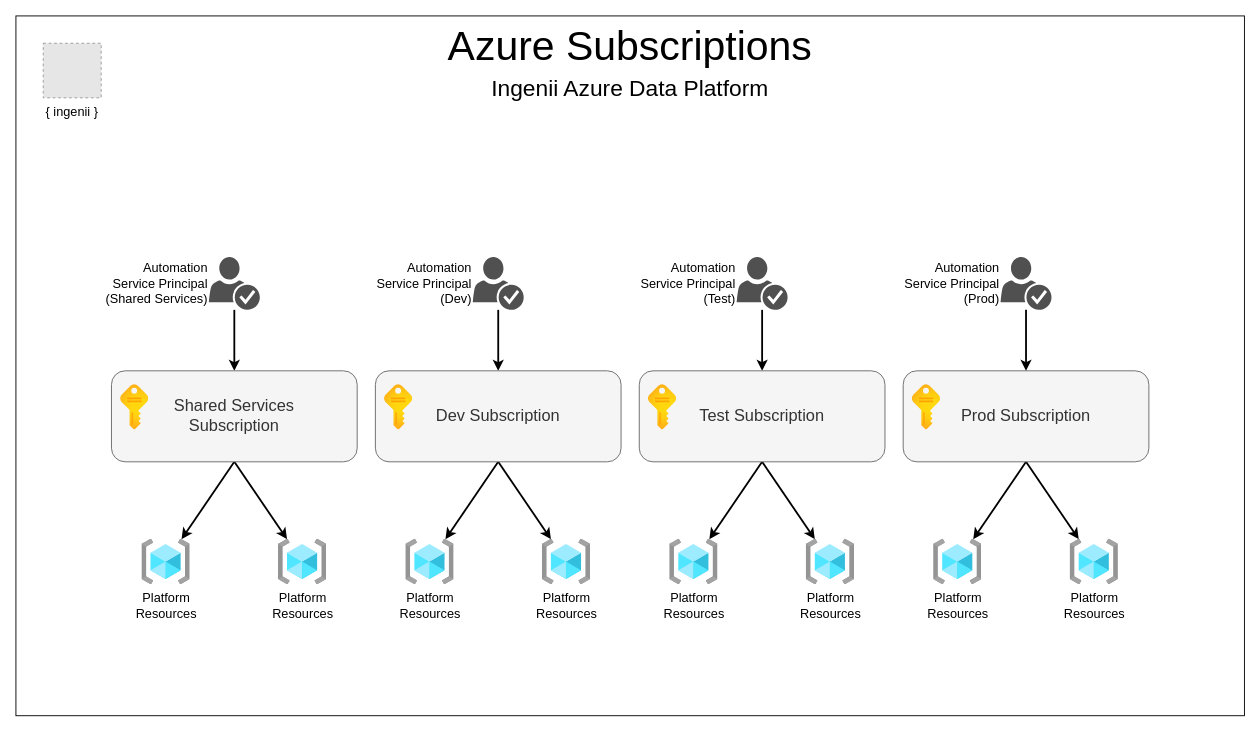
Before: docs/assets/adp-design-subscriptions.drawio in rising-star92/python-azure-data-paltform, a draw.io diagram. Source tidied: cells renumbered, new cells numbered last; positions are measured from the earlier drawing's top-left corner, leaving out a move shared by most shapes. Both pictures are drawn from the tidied source at 91%, with x=0, y=0 at pixel (15, 15). Pictures stored in the file or linked from it are replaced by grey dashed boxes.
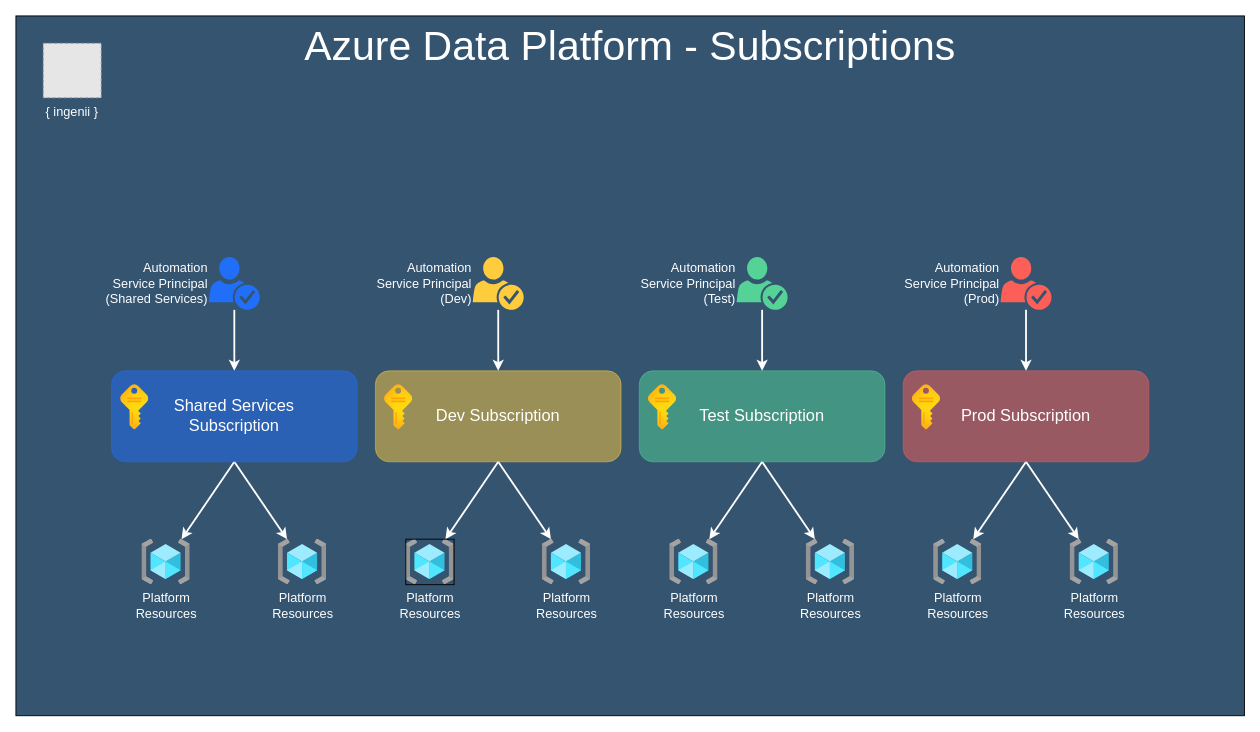
The same diagram, later.

What changed in the source:
```diff
@@
-    <mxCell id="2" value="&lt;span style=&quot;font-size: 45px;&quot;&gt;Azure Subscriptions&lt;/span&gt;&lt;br style=&quot;font-size: 45px;&quot;&gt;&lt;font style=&quot;font-size: 25px;&quot;&gt;Ingenii Azure Data Platform&lt;/font&gt;" style="rounded=0;whiteSpace=wrap;html=1;verticalAlign=top;fontSize=30;fontFamily=Helvetica;fontStyle=0;glass=0;" parent="1" vertex="1">
+    <mxCell id="2" value="&lt;span style=&quot;font-size: 45px&quot;&gt;Azure Data Platform - Subscriptions&lt;/span&gt;" style="rounded=0;whiteSpace=wrap;html=1;verticalAlign=top;fontSize=30;fontFamily=Helvetica;fontStyle=0;glass=0;fillColor=#355470;fontColor=#FFFFFF;labelBackgroundColor=none;" parent="1" vertex="1">
       <mxGeometry width="1350" height="769" as="geometry" />
     </mxCell>
-    <mxCell id="3" value="{ ingenii }" style="fillColor=#E6E6E6;strokeColor=#999999;dashed=1;verticalLabelPosition=bottom;verticalAlign=top;fontStyle=0;fontFamily=Helvetica;labelPosition=center;align=center;fontSize=14;" parent="1" vertex="1">
+    <mxCell id="3" value="{ ingenii }" style="fillColor=#E6E6E6;strokeColor=#999999;dashed=1;verticalLabelPosition=bottom;verticalAlign=top;fontStyle=0;fontFamily=Helvetica;labelPosition=center;align=center;fontSize=14;fontColor=#FFFFFF;labelBackgroundColor=none;" parent="1" vertex="1">
       <mxGeometry x="30" y="30" width="63.7" height="60" as="geometry" />
     </mxCell>
-    <mxCell id="4" style="edgeStyle=orthogonalEdgeStyle;rounded=0;jettySize=auto;html=1;entryX=0.5;entryY=0;entryDx=0;entryDy=0;fontFamily=Helvetica;strokeWidth=2;" parent="1" edge="1" source="5" target="18">
+    <mxCell id="4" style="edgeStyle=orthogonalEdgeStyle;rounded=0;jettySize=auto;html=1;entryX=0.5;entryY=0;entryDx=0;entryDy=0;fontFamily=Helvetica;strokeWidth=2;fontColor=#FFFFFF;labelBackgroundColor=none;strokeColor=#FFFFFF;" parent="1" edge="1" source="5" target="18">
       <mxGeometry relative="1" as="geometry" />
     </mxCell>
-    <mxCell id="5" value="Automation &lt;br style=&quot;font-size: 14px;&quot;&gt;Service Principal&lt;br style=&quot;font-size: 14px;&quot;&gt;(Shared Services)" style="shadow=0;dashed=0;html=1;strokeColor=none;fillColor=#505050;labelPosition=left;verticalLabelPosition=middle;verticalAlign=middle;outlineConnect=0;align=right;shape=mxgraph.office.security.credentials;fontFamily=Helvetica;fontSize=14;" parent="1" vertex="1">
+    <mxCell id="5" value="Automation &lt;br style=&quot;font-size: 14px;&quot;&gt;Service Principal&lt;br style=&quot;font-size: 14px;&quot;&gt;(Shared Services)" style="shadow=0;dashed=0;html=1;strokeColor=none;labelPosition=left;verticalLabelPosition=middle;verticalAlign=middle;outlineConnect=0;align=right;shape=mxgraph.office.security.credentials;fontFamily=Helvetica;fontSize=14;fontColor=#FFFFFF;labelBackgroundColor=none;fillColor=#216FF8;" parent="1" vertex="1">
       <mxGeometry x="212" y="265" width="56" height="58" as="geometry" />
     </mxCell>
-    <mxCell id="6" style="edgeStyle=orthogonalEdgeStyle;rounded=0;jettySize=auto;html=1;entryX=0.5;entryY=0;entryDx=0;entryDy=0;fontFamily=Helvetica;strokeWidth=2;" parent="1" edge="1" source="7" target="21">
+    <mxCell id="6" style="edgeStyle=orthogonalEdgeStyle;rounded=0;jettySize=auto;html=1;entryX=0.5;entryY=0;entryDx=0;entryDy=0;fontFamily=Helvetica;strokeWidth=2;fontColor=#FFFFFF;labelBackgroundColor=none;strokeColor=#FFFFFF;" parent="1" edge="1" source="7" target="21">
       <mxGeometry relative="1" as="geometry" />
     </mxCell>
-    <mxCell id="7" value="Automation &lt;br style=&quot;font-size: 14px;&quot;&gt;Service Principal&lt;br style=&quot;font-size: 14px;&quot;&gt;(Dev)" style="shadow=0;dashed=0;html=1;strokeColor=none;fillColor=#505050;labelPosition=left;verticalLabelPosition=middle;verticalAlign=middle;outlineConnect=0;align=right;shape=mxgraph.office.security.credentials;fontFamily=Helvetica;fontSize=14;" parent="1" vertex="1">
+    <mxCell id="7" value="Automation &lt;br style=&quot;font-size: 14px;&quot;&gt;Service Principal&lt;br style=&quot;font-size: 14px;&quot;&gt;(Dev)" style="shadow=0;dashed=0;html=1;strokeColor=none;labelPosition=left;verticalLabelPosition=middle;verticalAlign=middle;outlineConnect=0;align=right;shape=mxgraph.office.security.credentials;fontFamily=Helvetica;fontSize=14;fontColor=#FFFFFF;labelBackgroundColor=none;fillColor=#FFCC3E;" parent="1" vertex="1">
       <mxGeometry x="502" y="265" width="56" height="58" as="geometry" />
     </mxCell>
-    <mxCell id="8" style="edgeStyle=orthogonalEdgeStyle;rounded=0;jettySize=auto;html=1;fontFamily=Helvetica;labelPosition=left;verticalLabelPosition=middle;align=right;verticalAlign=middle;strokeWidth=2;" parent="1" edge="1" source="9" target="15">
+    <mxCell id="8" style="edgeStyle=orthogonalEdgeStyle;rounded=0;jettySize=auto;html=1;fontFamily=Helvetica;labelPosition=left;verticalLabelPosition=middle;align=right;verticalAlign=middle;strokeWidth=2;fontColor=#FFFFFF;labelBackgroundColor=none;strokeColor=#FFFFFF;" parent="1" edge="1" source="9" target="15">
       <mxGeometry relative="1" as="geometry" />
     </mxCell>
-    <mxCell id="9" value="Automation &lt;br style=&quot;font-size: 14px;&quot;&gt;Service Principal&lt;br style=&quot;font-size: 14px;&quot;&gt;(Test)" style="shadow=0;dashed=0;html=1;strokeColor=none;fillColor=#505050;labelPosition=left;verticalLabelPosition=middle;verticalAlign=middle;outlineConnect=0;align=right;shape=mxgraph.office.security.credentials;fontFamily=Helvetica;fontSize=14;" parent="1" vertex="1">
+    <mxCell id="9" value="Automation &lt;br style=&quot;font-size: 14px;&quot;&gt;Service Principal&lt;br style=&quot;font-size: 14px;&quot;&gt;(Test)" style="shadow=0;dashed=0;html=1;strokeColor=none;labelPosition=left;verticalLabelPosition=middle;verticalAlign=middle;outlineConnect=0;align=right;shape=mxgraph.office.security.credentials;fontFamily=Helvetica;fontSize=14;fontColor=#FFFFFF;labelBackgroundColor=none;fillColor=#55D397;" parent="1" vertex="1">
       <mxGeometry x="792" y="265" width="56" height="58" as="geometry" />
     </mxCell>
-    <mxCell id="10" style="edgeStyle=none;rounded=0;jettySize=auto;html=1;exitX=0.5;exitY=1;exitDx=0;exitDy=0;fontFamily=Helvetica;strokeWidth=2;" parent="1" edge="1" source="12" target="34">
+    <mxCell id="10" style="edgeStyle=none;rounded=0;jettySize=auto;html=1;exitX=0.5;exitY=1;exitDx=0;exitDy=0;fontFamily=Helvetica;strokeWidth=2;fontColor=#FFFFFF;labelBackgroundColor=none;strokeColor=#FFFFFF;" parent="1" edge="1" source="12" target="34">
       <mxGeometry relative="1" as="geometry" />
     </mxCell>
-    <mxCell id="11" style="edgeStyle=none;rounded=0;jettySize=auto;html=1;exitX=0.5;exitY=1;exitDx=0;exitDy=0;fontFamily=Helvetica;strokeWidth=2;" parent="1" edge="1" source="12" target="35">
+    <mxCell id="11" style="edgeStyle=none;rounded=0;jettySize=auto;html=1;exitX=0.5;exitY=1;exitDx=0;exitDy=0;fontFamily=Helvetica;strokeWidth=2;fontColor=#FFFFFF;labelBackgroundColor=none;strokeColor=#FFFFFF;" parent="1" edge="1" source="12" target="35">
       <mxGeometry relative="1" as="geometry" />
     </mxCell>
-    <mxCell id="12" value="Prod Subscription" style="rounded=1;whiteSpace=wrap;html=1;fontSize=18;fillColor=#f5f5f5;strokeColor=#666666;fontStyle=0;fontFamily=Helvetica;sketch=0;flipH=0;fontColor=#333333;glass=0;shadow=0;" parent="1" vertex="1">
+    <mxCell id="12" value="Prod Subscription" style="rounded=1;whiteSpace=wrap;html=1;fontSize=18;fontStyle=0;fontFamily=Helvetica;sketch=0;flipH=0;glass=0;shadow=0;fontColor=#FFFFFF;labelBackgroundColor=none;fillColor=#FC5F57;strokeColor=#FC5F57;opacity=50;" parent="1" vertex="1">
       <mxGeometry x="975" y="390" width="270" height="100" as="geometry" />
     </mxCell>
-    <mxCell id="13" style="edgeStyle=none;rounded=0;jettySize=auto;html=1;exitX=0.5;exitY=1;exitDx=0;exitDy=0;fontFamily=Helvetica;strokeWidth=2;" parent="1" edge="1" source="15" target="32">
+    <mxCell id="13" style="edgeStyle=none;rounded=0;jettySize=auto;html=1;exitX=0.5;exitY=1;exitDx=0;exitDy=0;fontFamily=Helvetica;strokeWidth=2;fontColor=#FFFFFF;labelBackgroundColor=none;strokeColor=#FFFFFF;" parent="1" edge="1" source="15" target="32">
       <mxGeometry relative="1" as="geometry" />
     </mxCell>
-    <mxCell id="14" style="edgeStyle=none;rounded=0;jettySize=auto;html=1;exitX=0.5;exitY=1;exitDx=0;exitDy=0;fontFamily=Helvetica;strokeWidth=2;" parent="1" edge="1" source="15" target="33">
+    <mxCell id="14" style="edgeStyle=none;rounded=0;jettySize=auto;html=1;exitX=0.5;exitY=1;exitDx=0;exitDy=0;fontFamily=Helvetica;strokeWidth=2;fontColor=#FFFFFF;labelBackgroundColor=none;strokeColor=#FFFFFF;" parent="1" edge="1" source="15" target="33">
       <mxGeometry relative="1" as="geometry" />
     </mxCell>
-    <mxCell id="15" value="Test Subscription" style="rounded=1;whiteSpace=wrap;html=1;fontSize=18;fillColor=#f5f5f5;strokeColor=#666666;fontStyle=0;fontFamily=Helvetica;sketch=0;flipH=0;fontColor=#333333;" parent="1" vertex="1">
+    <mxCell id="15" value="Test Subscription" style="rounded=1;whiteSpace=wrap;html=1;fontSize=18;fontStyle=0;fontFamily=Helvetica;sketch=0;flipH=0;fontColor=#FFFFFF;labelBackgroundColor=none;fillColor=#55D397;strokeColor=#55D397;opacity=50;" parent="1" vertex="1">
       <mxGeometry x="685" y="390" width="270" height="100" as="geometry" />
     </mxCell>
-    <mxCell id="16" style="rounded=0;jettySize=auto;html=1;fontFamily=Helvetica;exitX=0.5;exitY=1;exitDx=0;exitDy=0;strokeWidth=2;" parent="1" edge="1" source="18" target="28">
+    <mxCell id="16" style="rounded=0;jettySize=auto;html=1;fontFamily=Helvetica;exitX=0.5;exitY=1;exitDx=0;exitDy=0;strokeWidth=2;fontColor=#FFFFFF;labelBackgroundColor=none;strokeColor=#FFFFFF;" parent="1" edge="1" source="18" target="28">
       <mxGeometry relative="1" as="geometry" />
     </mxCell>
-    <mxCell id="17" style="edgeStyle=none;rounded=0;jettySize=auto;html=1;exitX=0.5;exitY=1;exitDx=0;exitDy=0;fontFamily=Helvetica;strokeWidth=2;" parent="1" edge="1" source="18" target="29">
+    <mxCell id="17" style="edgeStyle=none;rounded=0;jettySize=auto;html=1;exitX=0.5;exitY=1;exitDx=0;exitDy=0;fontFamily=Helvetica;strokeWidth=2;fontColor=#FFFFFF;labelBackgroundColor=none;strokeColor=#FFFFFF;" parent="1" edge="1" source="18" target="29">
       <mxGeometry relative="1" as="geometry" />
     </mxCell>
-    <mxCell id="18" value="Shared Services&lt;br style=&quot;font-size: 18px;&quot;&gt;Subscription" style="rounded=1;whiteSpace=wrap;html=1;fontSize=18;fillColor=#f5f5f5;strokeColor=#666666;fontStyle=0;fontFamily=Helvetica;sketch=0;flipH=0;fontColor=#333333;" parent="1" vertex="1">
+    <mxCell id="18" value="Shared Services&lt;br style=&quot;font-size: 18px;&quot;&gt;Subscription" style="rounded=1;whiteSpace=wrap;html=1;fontSize=18;fontStyle=0;fontFamily=Helvetica;sketch=0;flipH=0;fontColor=#FFFFFF;labelBackgroundColor=none;fillColor=#216FF8;strokeColor=#216FF8;opacity=50;" parent="1" vertex="1">
       <mxGeometry x="105" y="390" width="270" height="100" as="geometry" />
     </mxCell>
-    <mxCell id="19" style="edgeStyle=none;rounded=0;jettySize=auto;html=1;exitX=0.5;exitY=1;exitDx=0;exitDy=0;fontFamily=Helvetica;strokeWidth=2;" parent="1" edge="1" source="21" target="30">
+    <mxCell id="19" style="edgeStyle=none;rounded=0;jettySize=auto;html=1;exitX=0.5;exitY=1;exitDx=0;exitDy=0;fontFamily=Helvetica;strokeWidth=2;fontColor=#FFFFFF;labelBackgroundColor=none;strokeColor=#FFFFFF;" parent="1" edge="1" source="21" target="30">
       <mxGeometry relative="1" as="geometry" />
     </mxCell>
-    <mxCell id="20" style="edgeStyle=none;rounded=0;jettySize=auto;html=1;exitX=0.5;exitY=1;exitDx=0;exitDy=0;fontFamily=Helvetica;strokeWidth=2;" parent="1" edge="1" source="21" target="31">
+    <mxCell id="20" style="edgeStyle=none;rounded=0;jettySize=auto;html=1;exitX=0.5;exitY=1;exitDx=0;exitDy=0;fontFamily=Helvetica;strokeWidth=2;fontColor=#FFFFFF;labelBackgroundColor=none;strokeColor=#FFFFFF;" parent="1" edge="1" source="21" target="31">
       <mxGeometry relative="1" as="geometry" />
     </mxCell>
-    <mxCell id="21" value="Dev Subscription" style="rounded=1;whiteSpace=wrap;html=1;fontSize=18;fillColor=#f5f5f5;strokeColor=#666666;fontStyle=0;fontFamily=Helvetica;sketch=0;flipH=0;fontColor=#333333;" parent="1" vertex="1">
+    <mxCell id="21" value="Dev Subscription" style="rounded=1;whiteSpace=wrap;html=1;fontSize=18;fontStyle=0;fontFamily=Helvetica;sketch=0;flipH=0;fontColor=#FFFFFF;labelBackgroundColor=none;fillColor=#FFCC3E;strokeColor=#FFCC3E;opacity=50;" parent="1" vertex="1">
       <mxGeometry x="395" y="390" width="270" height="100" as="geometry" />
     </mxCell>
-    <mxCell id="22" style="edgeStyle=orthogonalEdgeStyle;rounded=0;jettySize=auto;html=1;fontFamily=Helvetica;strokeWidth=2;" parent="1" edge="1" source="23" target="12">
+    <mxCell id="22" style="edgeStyle=orthogonalEdgeStyle;rounded=0;jettySize=auto;html=1;fontFamily=Helvetica;strokeWidth=2;fontColor=#FFFFFF;labelBackgroundColor=none;strokeColor=#FFFFFF;" parent="1" edge="1" source="23" target="12">
       <mxGeometry relative="1" as="geometry" />
     </mxCell>
-    <mxCell id="23" value="Automation&lt;br style=&quot;font-size: 14px;&quot;&gt;Service Principal&lt;br style=&quot;font-size: 14px;&quot;&gt;(Prod)" style="shadow=0;dashed=0;html=1;strokeColor=none;fillColor=#505050;labelPosition=left;verticalLabelPosition=middle;verticalAlign=middle;outlineConnect=0;align=right;shape=mxgraph.office.security.credentials;fontFamily=Helvetica;fontSize=14;" parent="1" vertex="1">
+    <mxCell id="23" value="Automation&lt;br style=&quot;font-size: 14px;&quot;&gt;Service Principal&lt;br style=&quot;font-size: 14px;&quot;&gt;(Prod)" style="shadow=0;dashed=0;html=1;strokeColor=none;labelPosition=left;verticalLabelPosition=middle;verticalAlign=middle;outlineConnect=0;align=right;shape=mxgraph.office.security.credentials;fontFamily=Helvetica;fontSize=14;fontColor=#FFFFFF;labelBackgroundColor=none;fillColor=#FC5F57;" parent="1" vertex="1">
       <mxGeometry x="1082" y="265" width="56" height="58" as="geometry" />
     </mxCell>
-    <mxCell id="24" style="html=1;align=center;image;fontSize=12;image=img/lib/azure2/general/Subscriptions.svg;sketch=0;fontFamily=Helvetica;" parent="1" vertex="1">
+    <mxCell id="24" style="html=1;align=center;image;fontSize=12;image=img/lib/azure2/general/Subscriptions.svg;sketch=0;fontFamily=Helvetica;fontColor=#FFFFFF;labelBackgroundColor=none;" parent="1" vertex="1">
       <mxGeometry x="985" y="405" width="31" height="50" as="geometry" />
     </mxCell>
-    <mxCell id="25" style="html=1;align=center;image;fontSize=12;image=img/lib/azure2/general/Subscriptions.svg;sketch=0;fontFamily=Helvetica;" parent="1" vertex="1">
+    <mxCell id="25" style="html=1;align=center;image;fontSize=12;image=img/lib/azure2/general/Subscriptions.svg;sketch=0;fontFamily=Helvetica;fontColor=#FFFFFF;labelBackgroundColor=none;" parent="1" vertex="1">
       <mxGeometry x="115" y="405" width="31" height="50" as="geometry" />
     </mxCell>
-    <mxCell id="26" style="html=1;align=center;image;fontSize=12;image=img/lib/azure2/general/Subscriptions.svg;sketch=0;fontFamily=Helvetica;" parent="1" vertex="1">
+    <mxCell id="26" style="html=1;align=center;image;fontSize=12;image=img/lib/azure2/general/Subscriptions.svg;sketch=0;fontFamily=Helvetica;fontColor=#FFFFFF;labelBackgroundColor=none;" parent="1" vertex="1">
       <mxGeometry x="405" y="405" width="31" height="50" as="geometry" />
     </mxCell>
-    <mxCell id="27" style="html=1;align=center;image;fontSize=12;image=img/lib/azure2/general/Subscriptions.svg;sketch=0;fontFamily=Helvetica;" parent="1" vertex="1">
+    <mxCell id="27" style="html=1;align=center;image;fontSize=12;image=img/lib/azure2/general/Subscriptions.svg;sketch=0;fontFamily=Helvetica;fontColor=#FFFFFF;labelBackgroundColor=none;" parent="1" vertex="1">
       <mxGeometry x="695" y="405" width="31" height="50" as="geometry" />
     </mxCell>
-    <mxCell id="28" value="Platform &lt;br style=&quot;font-size: 14px;&quot;&gt;Resources" style="html=1;points=[];align=center;image;fontSize=14;image=img/lib/azure2/general/Resource_Groups.svg;sketch=0;fontFamily=Helvetica;flipH=0;flipV=0;" parent="1" vertex="1">
+    <mxCell id="28" value="Platform &lt;br style=&quot;font-size: 14px;&quot;&gt;Resources" style="html=1;points=[];align=center;image;fontSize=14;image=img/lib/azure2/general/Resource_Groups.svg;sketch=0;fontFamily=Helvetica;flipH=0;flipV=0;fontColor=#FFFFFF;labelBackgroundColor=none;" parent="1" vertex="1">
       <mxGeometry x="138.4" y="575" width="53.1" height="50" as="geometry" />
     </mxCell>
-    <mxCell id="29" value="Platform&lt;br style=&quot;font-size: 14px;&quot;&gt;Resources" style="html=1;points=[];align=center;image;fontSize=14;image=img/lib/azure2/general/Resource_Groups.svg;sketch=0;fontFamily=Helvetica;flipH=0;flipV=0;" parent="1" vertex="1">
+    <mxCell id="29" value="Platform&lt;br style=&quot;font-size: 14px;&quot;&gt;Resources" style="html=1;points=[];align=center;image;fontSize=14;image=img/lib/azure2/general/Resource_Groups.svg;sketch=0;fontFamily=Helvetica;flipH=0;flipV=0;fontColor=#FFFFFF;labelBackgroundColor=none;" parent="1" vertex="1">
       <mxGeometry x="288.4" y="575" width="53.1" height="50" as="geometry" />
     </mxCell>
-    <mxCell id="30" value="Platform&lt;br style=&quot;font-size: 14px;&quot;&gt;Resources" style="html=1;points=[];align=center;image;fontSize=14;image=img/lib/azure2/general/Resource_Groups.svg;sketch=0;fontFamily=Helvetica;flipH=0;flipV=0;" parent="1" vertex="1">
+    <mxCell id="30" value="Platform&lt;br style=&quot;font-size: 14px;&quot;&gt;Resources" style="html=1;points=[];align=center;image;fontSize=14;image=img/lib/azure2/general/Resource_Groups.svg;sketch=0;fontFamily=Helvetica;flipH=0;flipV=0;fontColor=#FFFFFF;labelBackgroundColor=none;imageBorder=#000000;" parent="1" vertex="1">
       <mxGeometry x="428.4" y="575" width="53.1" height="50" as="geometry" />
     </mxCell>
-    <mxCell id="31" value="Platform&lt;br style=&quot;font-size: 14px;&quot;&gt;Resources" style="html=1;points=[];align=center;image;fontSize=14;image=img/lib/azure2/general/Resource_Groups.svg;sketch=0;fontFamily=Helvetica;flipH=0;flipV=0;" parent="1" vertex="1">
+    <mxCell id="31" value="Platform&lt;br style=&quot;font-size: 14px;&quot;&gt;Resources" style="html=1;points=[];align=center;image;fontSize=14;image=img/lib/azure2/general/Resource_Groups.svg;sketch=0;fontFamily=Helvetica;flipH=0;flipV=0;fontColor=#FFFFFF;labelBackgroundColor=none;" parent="1" vertex="1">
       <mxGeometry x="578.4" y="575" width="53.1" height="50" as="geometry" />
     </mxCell>
-    <mxCell id="32" value="Platform&lt;br style=&quot;font-size: 14px;&quot;&gt;Resources" style="html=1;points=[];align=center;image;fontSize=14;image=img/lib/azure2/general/Resource_Groups.svg;sketch=0;fontFamily=Helvetica;flipH=0;flipV=0;" parent="1" vertex="1">
+    <mxCell id="32" value="Platform&lt;br style=&quot;font-size: 14px;&quot;&gt;Resources" style="html=1;points=[];align=center;image;fontSize=14;image=img/lib/azure2/general/Resource_Groups.svg;sketch=0;fontFamily=Helvetica;flipH=0;flipV=0;fontColor=#FFFFFF;labelBackgroundColor=none;" parent="1" vertex="1">
       <mxGeometry x="718.4" y="575" width="53.1" height="50" as="geometry" />
     </mxCell>
-    <mxCell id="33" value="Platform&lt;br style=&quot;font-size: 14px;&quot;&gt;Resources" style="html=1;points=[];align=center;image;fontSize=14;image=img/lib/azure2/general/Resource_Groups.svg;sketch=0;fontFamily=Helvetica;flipH=0;flipV=0;" parent="1" vertex="1">
+    <mxCell id="33" value="Platform&lt;br style=&quot;font-size: 14px;&quot;&gt;Resources" style="html=1;points=[];align=center;image;fontSize=14;image=img/lib/azure2/general/Resource_Groups.svg;sketch=0;fontFamily=Helvetica;flipH=0;flipV=0;fontColor=#FFFFFF;labelBackgroundColor=none;" parent="1" vertex="1">
       <mxGeometry x="868.4" y="575" width="53.1" height="50" as="geometry" />
     </mxCell>
-    <mxCell id="34" value="Platform&lt;br style=&quot;font-size: 14px;&quot;&gt;Resources" style="html=1;points=[];align=center;image;fontSize=14;image=img/lib/azure2/general/Resource_Groups.svg;sketch=0;fontFamily=Helvetica;flipH=0;flipV=0;" parent="1" vertex="1">
+    <mxCell id="34" value="Platform&lt;br style=&quot;font-size: 14px;&quot;&gt;Resources" style="html=1;points=[];align=center;image;fontSize=14;image=img/lib/azure2/general/Resource_Groups.svg;sketch=0;fontFamily=Helvetica;flipH=0;flipV=0;fontColor=#FFFFFF;labelBackgroundColor=none;" parent="1" vertex="1">
       <mxGeometry x="1008.4" y="575" width="53.1" height="50" as="geometry" />
     </mxCell>
-    <mxCell id="35" value="Platform&lt;br style=&quot;font-size: 14px;&quot;&gt;Resources" style="html=1;points=[];align=center;image;fontSize=14;image=img/lib/azure2/general/Resource_Groups.svg;sketch=0;fontFamily=Helvetica;flipH=0;flipV=0;" parent="1" vertex="1">
+    <mxCell id="35" value="Platform&lt;br style=&quot;font-size: 14px;&quot;&gt;Resources" style="html=1;points=[];align=center;image;fontSize=14;image=img/lib/azure2/general/Resource_Groups.svg;sketch=0;fontFamily=Helvetica;flipH=0;flipV=0;fontColor=#FFFFFF;labelBackgroundColor=none;" parent="1" vertex="1">
       <mxGeometry x="1158.4" y="575" width="53.1" height="50" as="geometry" />
     </mxCell>
```
